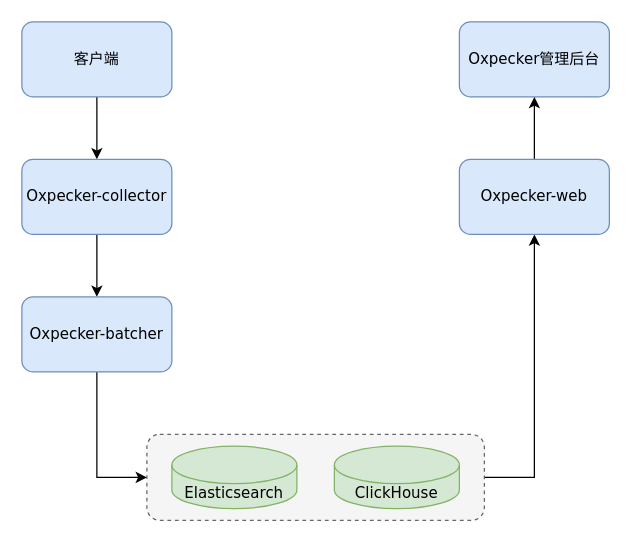
Before: page "oxpekcer架构图" (4 of 7) of Untitled Diagram.drawio in maxuewen/draw.io, a draw.io diagram. Source tidied: cells renumbered, new cells numbered last; positions are measured from the earlier drawing's top-left corner, leaving out a move shared by most shapes. Both pictures are drawn from the tidied source at 125%, with x=0, y=0 at pixel (21, 21).
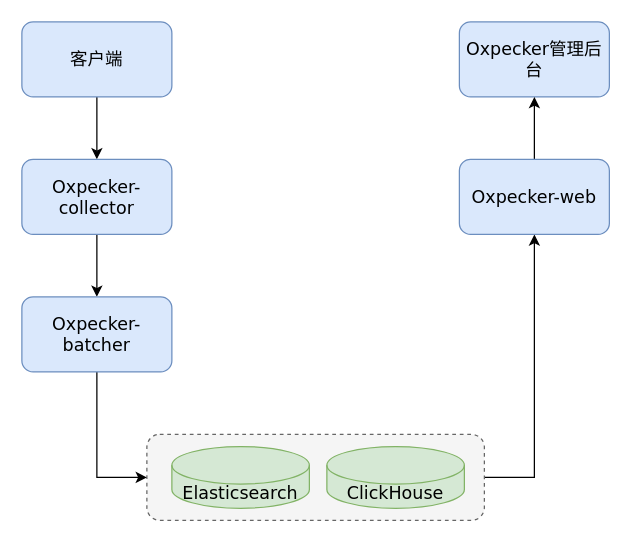
Above is the later version.

The edit, as a diff of the source:
```diff
@@
 <mxGraphModel>
   <root>
     <mxCell id="0" />
     <mxCell id="1" parent="0" />
-    <mxCell id="2" style="edgeStyle=elbowEdgeStyle;rounded=0;jumpStyle=arc;jumpSize=12;jettySize=auto;html=1;exitX=1;exitY=0.5;exitDx=0;exitDy=0;entryX=0.5;entryY=1;entryDx=0;entryDy=0;fontFamily=Verdana;fontSize=12;fontColor=#000000;labelBackgroundColor=none;" parent="1" edge="1" source="3" target="14">
+    <mxCell id="2" style="edgeStyle=elbowEdgeStyle;rounded=0;jumpStyle=arc;jumpSize=12;jettySize=auto;html=1;exitX=1;exitY=0.5;exitDx=0;exitDy=0;entryX=0.5;entryY=1;entryDx=0;entryDy=0;fontFamily=Verdana;fontSize=14;fontColor=#000000;labelBackgroundColor=none;" parent="1" edge="1" source="3" target="14">
       <mxGeometry relative="1" as="geometry">
         <Array as="points">
           <mxPoint x="410" y="290" />
         </Array>
       </mxGeometry>
     </mxCell>
-    <mxCell id="3" style="rounded=1;whiteSpace=wrap;html=1;labelBackgroundColor=none;fontFamily=Verdana;fontSize=12;fontColor=#333333;strokeWidth=1;dashed=1;imageHeight=10;direction=east;fillColor=#f5f5f5;strokeColor=#666666;" parent="1" vertex="1">
+    <mxCell id="3" style="rounded=1;whiteSpace=wrap;html=1;labelBackgroundColor=none;fontFamily=Verdana;fontSize=14;fontColor=#333333;strokeWidth=1;dashed=1;imageHeight=10;direction=east;fillColor=#f5f5f5;strokeColor=#666666;" parent="1" vertex="1">
       <mxGeometry x="100" y="330" width="270" height="68.8" as="geometry" />
     </mxCell>
-    <mxCell id="4" value="Oxpecker管理后台" style="rounded=1;whiteSpace=wrap;html=1;labelBackgroundColor=none;fontFamily=Verdana;fontSize=12;strokeWidth=1;direction=east;fillColor=#dae8fc;strokeColor=#6c8ebf;" parent="1" vertex="1">
+    <mxCell id="4" value="Oxpecker管理后台" style="rounded=1;whiteSpace=wrap;html=1;labelBackgroundColor=none;fontFamily=Verdana;fontSize=14;strokeWidth=1;direction=east;fillColor=#dae8fc;strokeColor=#6c8ebf;" parent="1" vertex="1">
       <mxGeometry x="350" width="120" height="60" as="geometry" />
     </mxCell>
-    <mxCell id="5" style="edgeStyle=elbowEdgeStyle;rounded=0;jumpStyle=arc;jumpSize=12;jettySize=auto;html=1;fontFamily=Verdana;fontSize=12;fontColor=#000000;entryX=0.5;entryY=0;entryDx=0;entryDy=0;labelBackgroundColor=none;" parent="1" edge="1" source="6" target="8">
+    <mxCell id="5" style="edgeStyle=elbowEdgeStyle;rounded=0;jumpStyle=arc;jumpSize=12;jettySize=auto;html=1;fontFamily=Verdana;fontSize=14;fontColor=#000000;entryX=0.5;entryY=0;entryDx=0;entryDy=0;labelBackgroundColor=none;" parent="1" edge="1" source="6" target="8">
       <mxGeometry relative="1" as="geometry" />
     </mxCell>
-    <mxCell id="6" value="客户端" style="rounded=1;whiteSpace=wrap;html=1;labelBackgroundColor=none;fontFamily=Verdana;fontSize=12;strokeWidth=1;direction=east;fillColor=#dae8fc;strokeColor=#6c8ebf;" parent="1" vertex="1">
+    <mxCell id="6" value="客户端" style="rounded=1;whiteSpace=wrap;html=1;labelBackgroundColor=none;fontFamily=Verdana;fontSize=14;strokeWidth=1;direction=east;fillColor=#dae8fc;strokeColor=#6c8ebf;" parent="1" vertex="1">
       <mxGeometry width="120" height="60" as="geometry" />
     </mxCell>
-    <mxCell id="7" style="edgeStyle=elbowEdgeStyle;rounded=0;jumpStyle=arc;jumpSize=12;jettySize=auto;html=1;fontFamily=Verdana;fontSize=12;fontColor=#000000;entryX=0.5;entryY=0;entryDx=0;entryDy=0;labelBackgroundColor=none;" parent="1" edge="1" source="8" target="10">
+    <mxCell id="7" style="edgeStyle=elbowEdgeStyle;rounded=0;jumpStyle=arc;jumpSize=12;jettySize=auto;html=1;fontFamily=Verdana;fontSize=14;fontColor=#000000;entryX=0.5;entryY=0;entryDx=0;entryDy=0;labelBackgroundColor=none;" parent="1" edge="1" source="8" target="10">
       <mxGeometry relative="1" as="geometry" />
     </mxCell>
-    <mxCell id="8" value="Oxpecker-collector" style="rounded=1;whiteSpace=wrap;html=1;labelBackgroundColor=none;fontFamily=Verdana;fontSize=12;strokeWidth=1;direction=east;fillColor=#dae8fc;strokeColor=#6c8ebf;" parent="1" vertex="1">
+    <mxCell id="8" value="Oxpecker-collector" style="rounded=1;whiteSpace=wrap;html=1;labelBackgroundColor=none;fontFamily=Verdana;fontSize=14;strokeWidth=1;direction=east;fillColor=#dae8fc;strokeColor=#6c8ebf;" parent="1" vertex="1">
       <mxGeometry y="110" width="120" height="60" as="geometry" />
     </mxCell>
-    <mxCell id="9" style="edgeStyle=elbowEdgeStyle;rounded=0;jumpStyle=arc;jumpSize=12;jettySize=auto;html=1;entryX=0;entryY=0.5;entryDx=0;entryDy=0;fontFamily=Verdana;fontSize=12;fontColor=#000000;exitX=0.5;exitY=1;exitDx=0;exitDy=0;labelBackgroundColor=none;" parent="1" edge="1" source="10" target="3">
+    <mxCell id="9" style="edgeStyle=elbowEdgeStyle;rounded=0;jumpStyle=arc;jumpSize=12;jettySize=auto;html=1;entryX=0;entryY=0.5;entryDx=0;entryDy=0;fontFamily=Verdana;fontSize=14;fontColor=#000000;exitX=0.5;exitY=1;exitDx=0;exitDy=0;labelBackgroundColor=none;" parent="1" edge="1" source="10" target="3">
       <mxGeometry relative="1" as="geometry">
         <Array as="points">
           <mxPoint x="60" y="320" />
         </Array>
       </mxGeometry>
     </mxCell>
-    <mxCell id="10" value="Oxpecker-batcher" style="rounded=1;whiteSpace=wrap;html=1;labelBackgroundColor=none;fontFamily=Verdana;fontSize=12;strokeWidth=1;direction=east;fillColor=#dae8fc;strokeColor=#6c8ebf;" parent="1" vertex="1">
+    <mxCell id="10" value="Oxpecker-batcher" style="rounded=1;whiteSpace=wrap;html=1;labelBackgroundColor=none;fontFamily=Verdana;fontSize=14;strokeWidth=1;direction=east;fillColor=#dae8fc;strokeColor=#6c8ebf;" parent="1" vertex="1">
       <mxGeometry y="220" width="120" height="60" as="geometry" />
     </mxCell>
-    <mxCell id="11" value="Elasticsearch" style="shape=cylinder3;whiteSpace=wrap;html=1;boundedLbl=1;backgroundOutline=1;size=15;labelBackgroundColor=none;fontFamily=Verdana;fontSize=12;strokeWidth=1;direction=east;fillColor=#d5e8d4;strokeColor=#82b366;" parent="1" vertex="1">
-      <mxGeometry x="120" y="339.4" width="100" height="50" as="geometry" />
+    <mxCell id="11" value="Elasticsearch" style="shape=cylinder3;whiteSpace=wrap;html=1;boundedLbl=1;backgroundOutline=1;size=15;labelBackgroundColor=none;fontFamily=Verdana;fontSize=14;strokeWidth=1;direction=east;fillColor=#d5e8d4;strokeColor=#82b366;" parent="1" vertex="1">
+      <mxGeometry x="120" y="339.7" width="110" height="49.4" as="geometry" />
     </mxCell>
-    <mxCell id="12" value="ClickHouse" style="shape=cylinder3;whiteSpace=wrap;html=1;boundedLbl=1;backgroundOutline=1;size=15;labelBackgroundColor=none;fontFamily=Verdana;fontSize=12;strokeWidth=1;direction=east;fillColor=#d5e8d4;strokeColor=#82b366;" parent="1" vertex="1">
-      <mxGeometry x="250" y="339.4" width="100" height="50" as="geometry" />
+    <mxCell id="12" value="ClickHouse" style="shape=cylinder3;whiteSpace=wrap;html=1;boundedLbl=1;backgroundOutline=1;size=15;labelBackgroundColor=none;fontFamily=Verdana;fontSize=14;strokeWidth=1;direction=east;fillColor=#d5e8d4;strokeColor=#82b366;" parent="1" vertex="1">
+      <mxGeometry x="244" y="339.7" width="110" height="49.4" as="geometry" />
     </mxCell>
-    <mxCell id="13" style="edgeStyle=elbowEdgeStyle;rounded=0;jumpStyle=arc;jumpSize=12;jettySize=auto;html=1;fontFamily=Verdana;fontSize=12;fontColor=#000000;entryX=0.5;entryY=1;entryDx=0;entryDy=0;labelBackgroundColor=none;" parent="1" edge="1" source="14" target="4">
+    <mxCell id="13" style="edgeStyle=elbowEdgeStyle;rounded=0;jumpStyle=arc;jumpSize=12;jettySize=auto;html=1;fontFamily=Verdana;fontSize=14;fontColor=#000000;entryX=0.5;entryY=1;entryDx=0;entryDy=0;labelBackgroundColor=none;" parent="1" edge="1" source="14" target="4">
       <mxGeometry relative="1" as="geometry" />
     </mxCell>
-    <mxCell id="14" value="Oxpecker-web" style="rounded=1;whiteSpace=wrap;html=1;labelBackgroundColor=none;fontFamily=Verdana;fontSize=12;strokeWidth=1;direction=east;fillColor=#dae8fc;strokeColor=#6c8ebf;" parent="1" vertex="1">
+    <mxCell id="14" value="Oxpecker-web" style="rounded=1;whiteSpace=wrap;html=1;labelBackgroundColor=none;fontFamily=Verdana;fontSize=14;strokeWidth=1;direction=east;fillColor=#dae8fc;strokeColor=#6c8ebf;" parent="1" vertex="1">
       <mxGeometry x="350" y="110" width="120" height="60" as="geometry" />
     </mxCell>
   </root>
 </mxGraphModel>
```
